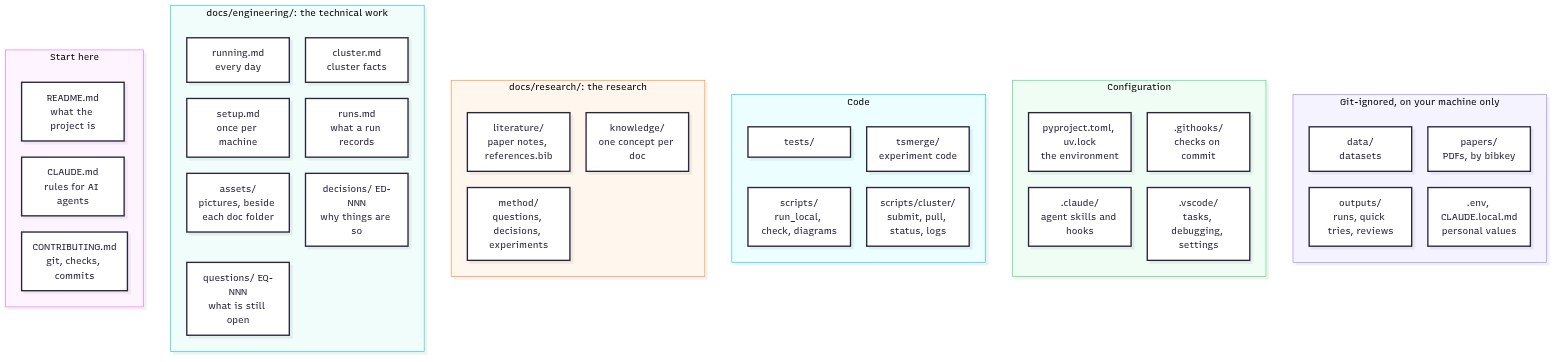
Before: docs/assets/repository-map.png, a diagram exported from Mermaid (daliran/tsmerge). Its source is kept beside it as docs/assets/repository-map.mmd.
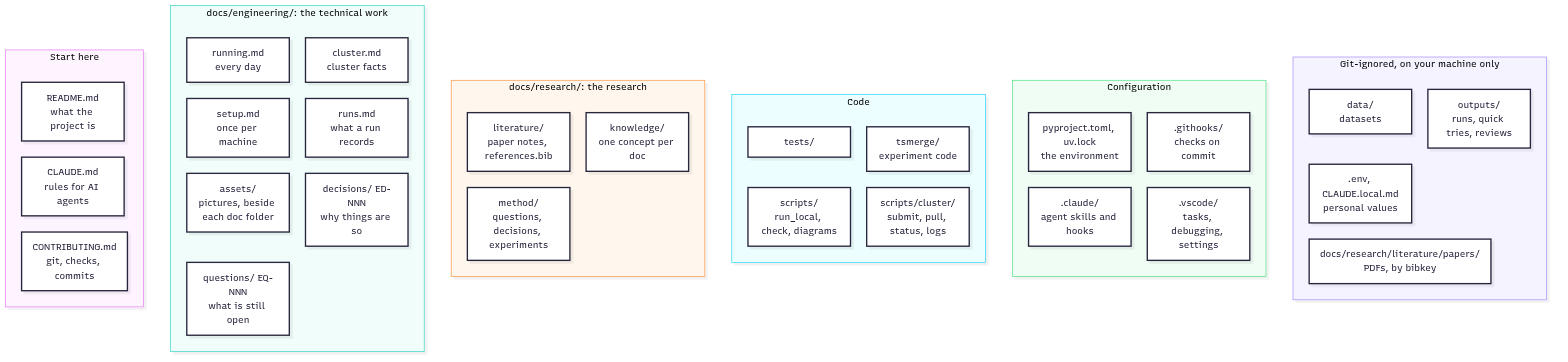
Above is the later version.

Commit message:
docs(literature): keep paper pdfs beside their notes

Change to the diagram source:
```diff
@@ -44,7 +44,7 @@
     direction TB
     outputs["outputs/<br/>runs, quick tries, reviews"]
     data["data/<br/>datasets"]
-    papers["papers/<br/>PDFs, by bibkey"]
+    papers["docs/research/literature/papers/<br/>PDFs, by bibkey"]
     env[".env, CLAUDE.local.md<br/>personal values"]
   end
 
```
